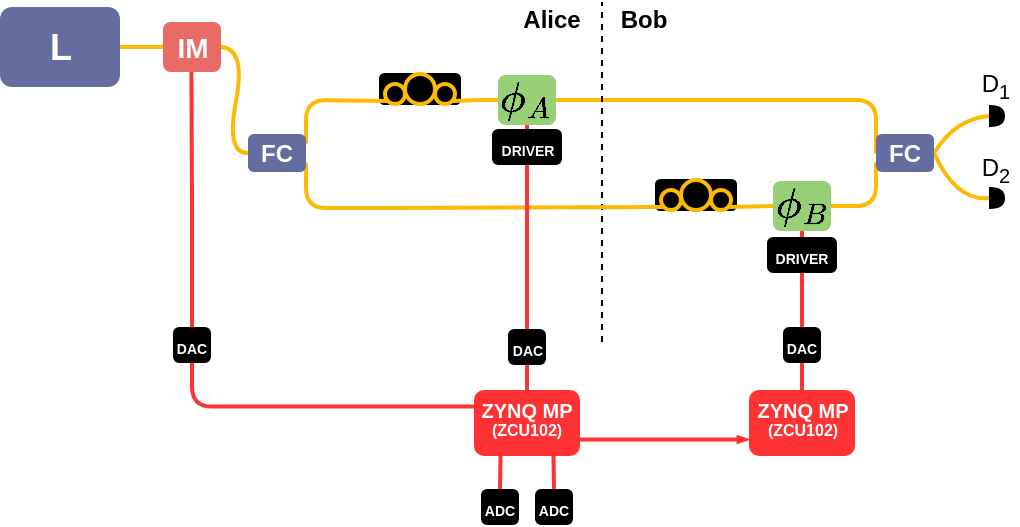
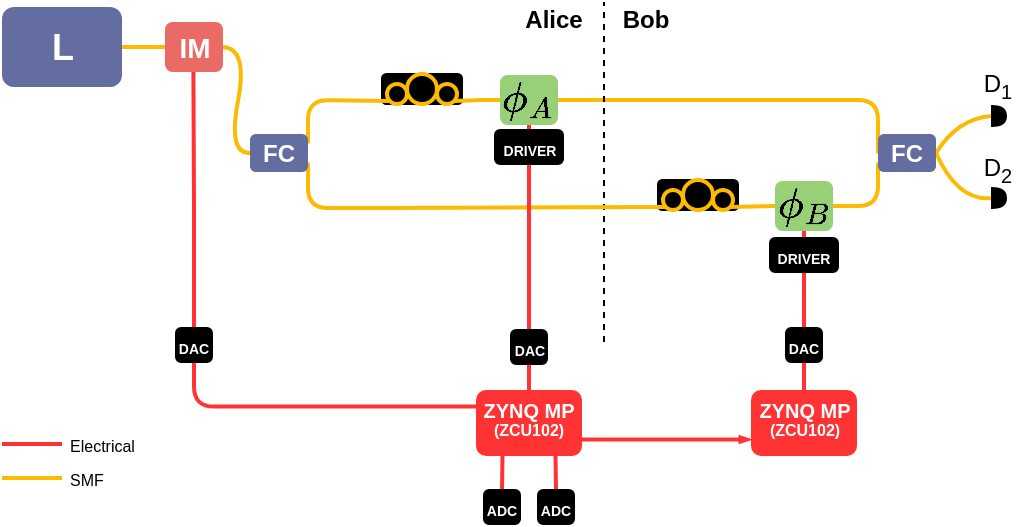
<mxfile host="app.diagrams.net">
  <diagram name="Page-1" id="bt3NkpqjZS3cuYJrdS0t">
    <mxGraphModel dx="710" dy="448" grid="1" gridSize="10" guides="1" tooltips="1" connect="1" arrows="1" fold="1" page="1" pageScale="1" pageWidth="850" pageHeight="1100" math="1" shadow="0">
      <root>
        <mxCell id="0" />
        <mxCell id="1" parent="0" />
        <mxCell id="ALIwHZp58yYmGM4V3dEf-1" edge="1" parent="1" source="ALIwHZp58yYmGM4V3dEf-6" style="edgeStyle=orthogonalEdgeStyle;rounded=1;orthogonalLoop=1;jettySize=auto;html=1;entryX=0.5;entryY=1;entryDx=0;entryDy=0;endArrow=none;endFill=0;strokeColor=#FF3333;strokeWidth=2;exitX=0;exitY=0.25;exitDx=0;exitDy=0;curved=0;" target="ALIwHZp58yYmGM4V3dEf-55">
          <mxGeometry relative="1" as="geometry">
            <mxPoint x="297.3" y="288" as="sourcePoint" />
            <mxPoint x="297" y="193" as="targetPoint" />
          </mxGeometry>
        </mxCell>
        <mxCell id="ALIwHZp58yYmGM4V3dEf-2" edge="1" parent="1" source="ALIwHZp58yYmGM4V3dEf-55" style="edgeStyle=orthogonalEdgeStyle;rounded=0;orthogonalLoop=1;jettySize=auto;html=1;entryX=0.5;entryY=1;entryDx=0;entryDy=0;endArrow=none;endFill=0;strokeColor=#FF3333;strokeWidth=2;exitX=0.5;exitY=0;exitDx=0;exitDy=0;">
          <mxGeometry relative="1" as="geometry">
            <mxPoint x="292.7" y="125" as="sourcePoint" />
            <mxPoint x="292.7" y="76" as="targetPoint" />
          </mxGeometry>
        </mxCell>
        <mxCell id="ALIwHZp58yYmGM4V3dEf-3" edge="1" parent="1" source="ALIwHZp58yYmGM4V3dEf-53" style="edgeStyle=orthogonalEdgeStyle;rounded=0;orthogonalLoop=1;jettySize=auto;html=1;entryX=0.75;entryY=1;entryDx=0;entryDy=0;endArrow=none;endFill=0;strokeColor=#FF3333;strokeWidth=2;exitX=0.5;exitY=0;exitDx=0;exitDy=0;" target="ALIwHZp58yYmGM4V3dEf-6">
          <mxGeometry relative="1" as="geometry">
            <mxPoint x="479" y="291" as="sourcePoint" />
            <mxPoint x="479" y="274" as="targetPoint" />
          </mxGeometry>
        </mxCell>
        <mxCell id="ALIwHZp58yYmGM4V3dEf-4" edge="1" parent="1" source="ALIwHZp58yYmGM4V3dEf-54" style="edgeStyle=orthogonalEdgeStyle;rounded=0;orthogonalLoop=1;jettySize=auto;html=1;entryX=0.25;entryY=1;entryDx=0;entryDy=0;endArrow=none;endFill=0;strokeColor=#FF3333;strokeWidth=2;exitX=0.5;exitY=0;exitDx=0;exitDy=0;" target="ALIwHZp58yYmGM4V3dEf-6">
          <mxGeometry relative="1" as="geometry">
            <mxPoint x="446" y="285" as="sourcePoint" />
            <mxPoint x="446" y="270" as="targetPoint" />
          </mxGeometry>
        </mxCell>
        <mxCell id="ALIwHZp58yYmGM4V3dEf-5" edge="1" parent="1" source="ALIwHZp58yYmGM4V3dEf-45" style="edgeStyle=orthogonalEdgeStyle;rounded=0;orthogonalLoop=1;jettySize=auto;html=1;entryX=1;entryY=0.75;entryDx=0;entryDy=0;endArrow=none;endFill=0;strokeColor=#FF3333;strokeWidth=2;exitX=0;exitY=0.75;exitDx=0;exitDy=0;startArrow=blockThin;startFill=1;startSize=1;" target="ALIwHZp58yYmGM4V3dEf-6">
          <mxGeometry relative="1" as="geometry">
            <mxPoint x="542" y="301" as="sourcePoint" />
            <mxPoint x="542" y="252" as="targetPoint" />
          </mxGeometry>
        </mxCell>
        <mxCell id="ALIwHZp58yYmGM4V3dEf-6" parent="1" style="rounded=1;whiteSpace=wrap;html=1;fillColor=#FF3333;strokeColor=none;" value="&lt;div&gt;&lt;b&gt;&lt;font style=&quot;font-size: 10px; color: rgb(255, 255, 255);&quot;&gt;ZYNQ MP&lt;/font&gt;&lt;/b&gt;&lt;/div&gt;&lt;b&gt;&lt;font style=&quot;font-size: 8px; color: rgba(0, 0, 0, 0);&quot;&gt;(ZCU104)&lt;/font&gt;&lt;/b&gt;" vertex="1">
          <mxGeometry height="33" width="53" x="434" y="235" as="geometry" />
        </mxCell>
        <mxCell id="ALIwHZp58yYmGM4V3dEf-7" edge="1" parent="1" source="ALIwHZp58yYmGM4V3dEf-49" style="edgeStyle=orthogonalEdgeStyle;rounded=0;orthogonalLoop=1;jettySize=auto;html=1;entryX=0.5;entryY=1;entryDx=0;entryDy=0;endArrow=none;endFill=0;strokeColor=#FF3333;strokeWidth=2;exitX=0.5;exitY=0;exitDx=0;exitDy=0;" target="ALIwHZp58yYmGM4V3dEf-32">
          <mxGeometry relative="1" as="geometry">
            <mxPoint x="623.52" y="227" as="sourcePoint" />
            <mxPoint x="623.02" y="181" as="targetPoint" />
          </mxGeometry>
        </mxCell>
        <mxCell id="ALIwHZp58yYmGM4V3dEf-8" edge="1" parent="1" source="ALIwHZp58yYmGM4V3dEf-11" style="endArrow=none;html=1;rounded=0;curved=1;strokeColor=#FCBA03;strokeWidth=2;exitX=0;exitY=0.5;exitDx=0;exitDy=0;entryX=1;entryY=0.5;entryDx=0;entryDy=0;exitPerimeter=0;" target="ALIwHZp58yYmGM4V3dEf-43" value="">
          <mxGeometry height="50" relative="1" width="50" as="geometry">
            <Array as="points">
              <mxPoint x="675" y="141" />
            </Array>
            <mxPoint x="693" y="139.9999999999999" as="sourcePoint" />
            <mxPoint x="665" y="120.99999999999989" as="targetPoint" />
          </mxGeometry>
        </mxCell>
        <mxCell id="ALIwHZp58yYmGM4V3dEf-9" edge="1" parent="1" source="ALIwHZp58yYmGM4V3dEf-25" style="endArrow=none;html=1;rounded=0;curved=1;strokeColor=#FCBA03;strokeWidth=2;exitX=0;exitY=0.5;exitDx=0;exitDy=0;entryX=1;entryY=0.5;entryDx=0;entryDy=0;exitPerimeter=0;" target="ALIwHZp58yYmGM4V3dEf-43" value="">
          <mxGeometry height="50" relative="1" width="50" as="geometry">
            <Array as="points">
              <mxPoint x="675" y="99" />
            </Array>
            <mxPoint x="692" y="208" as="sourcePoint" />
            <mxPoint x="674" y="165" as="targetPoint" />
          </mxGeometry>
        </mxCell>
        <mxCell id="ALIwHZp58yYmGM4V3dEf-10" edge="1" parent="1" source="ALIwHZp58yYmGM4V3dEf-32" style="endArrow=none;html=1;rounded=1;strokeWidth=2;strokeColor=#FCBA03;curved=0;entryX=0;entryY=0.75;entryDx=0;entryDy=0;exitX=1;exitY=0.5;exitDx=0;exitDy=0;" target="ALIwHZp58yYmGM4V3dEf-43" value="">
          <mxGeometry height="50" relative="1" width="50" as="geometry">
            <Array as="points">
              <mxPoint x="635" y="143" />
            </Array>
            <mxPoint x="614" y="145" as="sourcePoint" />
            <mxPoint x="692.5" y="143" as="targetPoint" />
          </mxGeometry>
        </mxCell>
        <mxCell id="ALIwHZp58yYmGM4V3dEf-11" parent="1" style="shape=or;whiteSpace=wrap;html=1;rotation=0;fillColor=#000000;" value="" vertex="1">
          <mxGeometry height="10" width="7" x="692" y="134" as="geometry" />
        </mxCell>
        <mxCell id="ALIwHZp58yYmGM4V3dEf-12" parent="1" style="rounded=1;whiteSpace=wrap;html=1;fillColor=#636DA0;strokeColor=none;" value="" vertex="1">
          <mxGeometry height="40" width="60" x="197" y="43.5" as="geometry" />
        </mxCell>
        <mxCell id="ALIwHZp58yYmGM4V3dEf-13" parent="1" style="text;html=1;whiteSpace=wrap;strokeColor=none;fillColor=none;align=center;verticalAlign=middle;rounded=0;" value="&lt;div align=&quot;center&quot;&gt;&lt;font style=&quot;font-size: 18px; color: rgb(255, 255, 255);&quot;&gt;&lt;b&gt;L&lt;/b&gt;&lt;/font&gt;&lt;/div&gt;" vertex="1">
          <mxGeometry height="15" width="35" x="209.5" y="56" as="geometry" />
        </mxCell>
        <mxCell id="ALIwHZp58yYmGM4V3dEf-14" edge="1" parent="1" source="ALIwHZp58yYmGM4V3dEf-42" style="endArrow=none;html=1;rounded=0;curved=1;strokeColor=#FCBA03;strokeWidth=2;exitX=0;exitY=0.5;exitDx=0;exitDy=0;entryX=1;entryY=0.5;entryDx=0;entryDy=0;" target="ALIwHZp58yYmGM4V3dEf-38" value="">
          <mxGeometry height="50" relative="1" width="50" as="geometry">
            <Array as="points">
              <mxPoint x="310" y="117" />
              <mxPoint x="320" y="64" />
            </Array>
            <mxPoint x="318.5" y="102" as="sourcePoint" />
            <mxPoint x="311" y="87" as="targetPoint" />
          </mxGeometry>
        </mxCell>
        <mxCell id="ALIwHZp58yYmGM4V3dEf-15" parent="1" style="rounded=1;whiteSpace=wrap;html=1;fillColor=#000000;" value="" vertex="1">
          <mxGeometry height="15" width="40" x="387" y="77" as="geometry" />
        </mxCell>
        <mxCell id="ALIwHZp58yYmGM4V3dEf-16" parent="1" style="ellipse;whiteSpace=wrap;html=1;aspect=fixed;fillColor=#000000;strokeColor=light-dark(#FCBA03,#593A00);strokeWidth=2;" value="" vertex="1">
          <mxGeometry height="15" width="15" x="399.5" y="77" as="geometry" />
        </mxCell>
        <mxCell id="ALIwHZp58yYmGM4V3dEf-17" parent="1" style="ellipse;whiteSpace=wrap;html=1;aspect=fixed;fillColor=#000000;strokeColor=#FCBA03;strokeWidth=2;" value="" vertex="1">
          <mxGeometry height="10" width="10" x="389.5" y="82" as="geometry" />
        </mxCell>
        <mxCell id="ALIwHZp58yYmGM4V3dEf-18" parent="1" style="ellipse;whiteSpace=wrap;html=1;aspect=fixed;fillColor=#000000;strokeColor=#FCBA03;strokeWidth=2;" value="" vertex="1">
          <mxGeometry height="10" width="10" x="414.5" y="82" as="geometry" />
        </mxCell>
        <mxCell id="ALIwHZp58yYmGM4V3dEf-19" edge="1" parent="1" source="ALIwHZp58yYmGM4V3dEf-42" style="endArrow=none;html=1;rounded=1;curved=0;strokeWidth=2;strokeColor=#FCBA03;exitX=1;exitY=0.25;exitDx=0;exitDy=0;entryX=0;entryY=1;entryDx=0;entryDy=0;" target="ALIwHZp58yYmGM4V3dEf-17" value="">
          <mxGeometry height="50" relative="1" width="50" as="geometry">
            <Array as="points">
              <mxPoint x="350" y="90" />
            </Array>
            <mxPoint x="349" y="97" as="sourcePoint" />
            <mxPoint x="380" y="90" as="targetPoint" />
          </mxGeometry>
        </mxCell>
        <mxCell id="ALIwHZp58yYmGM4V3dEf-20" edge="1" parent="1" source="ALIwHZp58yYmGM4V3dEf-18" style="endArrow=none;html=1;rounded=0;strokeWidth=2;strokeColor=#FCBA03;exitX=1;exitY=1;exitDx=0;exitDy=0;curved=0;entryX=0;entryY=0.5;entryDx=0;entryDy=0;" target="ALIwHZp58yYmGM4V3dEf-23" value="">
          <mxGeometry height="50" relative="1" width="50" as="geometry">
            <Array as="points">
              <mxPoint x="437" y="90" />
            </Array>
            <mxPoint x="450" y="109" as="sourcePoint" />
            <mxPoint x="445" y="91" as="targetPoint" />
          </mxGeometry>
        </mxCell>
        <mxCell id="ALIwHZp58yYmGM4V3dEf-21" parent="1" style="text;html=1;whiteSpace=wrap;strokeColor=none;fillColor=none;align=center;verticalAlign=middle;rounded=0;" value="D&lt;sub&gt;1&lt;/sub&gt;" vertex="1">
          <mxGeometry height="12" width="22" x="684" y="77" as="geometry" />
        </mxCell>
        <mxCell id="ALIwHZp58yYmGM4V3dEf-22" parent="1" style="text;html=1;whiteSpace=wrap;strokeColor=none;fillColor=none;align=center;verticalAlign=middle;rounded=0;" value="D&lt;sub&gt;2&lt;/sub&gt;" vertex="1">
          <mxGeometry height="13" width="22" x="684" y="118" as="geometry" />
        </mxCell>
        <mxCell id="ALIwHZp58yYmGM4V3dEf-23" parent="1" style="rounded=1;whiteSpace=wrap;html=1;fillColor=#97D077;strokeColor=none;" value="&lt;b&gt;&lt;font style=&quot;font-size: 18px;&quot;&gt;$$\phi_A$$&lt;/font&gt;&lt;/b&gt;" vertex="1">
          <mxGeometry height="25" width="29" x="446" y="77.5" as="geometry" />
        </mxCell>
        <mxCell id="ALIwHZp58yYmGM4V3dEf-24" edge="1" parent="1" source="ALIwHZp58yYmGM4V3dEf-23" style="endArrow=none;html=1;rounded=1;strokeWidth=2;strokeColor=#FCBA03;curved=0;entryX=0;entryY=0.25;entryDx=0;entryDy=0;exitX=1;exitY=0.5;exitDx=0;exitDy=0;" value="">
          <mxGeometry height="50" relative="1" width="50" as="geometry">
            <Array as="points">
              <mxPoint x="635" y="90" />
            </Array>
            <mxPoint x="489" y="103" as="sourcePoint" />
            <mxPoint x="635" y="116.75" as="targetPoint" />
          </mxGeometry>
        </mxCell>
        <mxCell id="ALIwHZp58yYmGM4V3dEf-25" parent="1" style="shape=or;whiteSpace=wrap;html=1;rotation=0;fillColor=#000000;" value="" vertex="1">
          <mxGeometry height="10" width="7" x="692" y="93" as="geometry" />
        </mxCell>
        <mxCell id="ALIwHZp58yYmGM4V3dEf-26" edge="1" parent="1" style="endArrow=none;dashed=1;html=1;rounded=0;" value="">
          <mxGeometry height="50" relative="1" width="50" as="geometry">
            <mxPoint x="498" y="211" as="sourcePoint" />
            <mxPoint x="498" y="41" as="targetPoint" />
          </mxGeometry>
        </mxCell>
        <mxCell id="ALIwHZp58yYmGM4V3dEf-27" parent="1" style="rounded=1;whiteSpace=wrap;html=1;fillColor=#000000;" value="" vertex="1">
          <mxGeometry height="15" width="40" x="525" y="130" as="geometry" />
        </mxCell>
        <mxCell id="ALIwHZp58yYmGM4V3dEf-28" parent="1" style="ellipse;whiteSpace=wrap;html=1;aspect=fixed;fillColor=#000000;strokeColor=light-dark(#FCBA03,#593A00);strokeWidth=2;" value="" vertex="1">
          <mxGeometry height="15" width="15" x="537.5" y="130" as="geometry" />
        </mxCell>
        <mxCell id="ALIwHZp58yYmGM4V3dEf-29" parent="1" style="ellipse;whiteSpace=wrap;html=1;aspect=fixed;fillColor=#000000;strokeColor=#FCBA03;strokeWidth=2;" value="" vertex="1">
          <mxGeometry height="10" width="10" x="527.5" y="135" as="geometry" />
        </mxCell>
        <mxCell id="ALIwHZp58yYmGM4V3dEf-30" parent="1" style="ellipse;whiteSpace=wrap;html=1;aspect=fixed;fillColor=#000000;strokeColor=#FCBA03;strokeWidth=2;" value="" vertex="1">
          <mxGeometry height="10" width="10" x="552.5" y="135" as="geometry" />
        </mxCell>
        <mxCell id="ALIwHZp58yYmGM4V3dEf-31" edge="1" parent="1" source="ALIwHZp58yYmGM4V3dEf-30" style="endArrow=none;html=1;rounded=0;strokeWidth=2;strokeColor=#FCBA03;exitX=1;exitY=1;exitDx=0;exitDy=0;curved=0;entryX=0;entryY=0.5;entryDx=0;entryDy=0;" target="ALIwHZp58yYmGM4V3dEf-32" value="">
          <mxGeometry height="50" relative="1" width="50" as="geometry">
            <Array as="points" />
            <mxPoint x="587" y="162" as="sourcePoint" />
            <mxPoint x="570" y="130" as="targetPoint" />
          </mxGeometry>
        </mxCell>
        <mxCell id="ALIwHZp58yYmGM4V3dEf-32" parent="1" style="rounded=1;whiteSpace=wrap;html=1;fillColor=#97D077;strokeColor=none;" value="&lt;b&gt;&lt;font style=&quot;font-size: 18px;&quot;&gt;$$\phi_B$$&lt;/font&gt;&lt;/b&gt;" vertex="1">
          <mxGeometry height="25" width="29" x="583.5" y="130.5" as="geometry" />
        </mxCell>
        <mxCell id="ALIwHZp58yYmGM4V3dEf-33" edge="1" parent="1" source="ALIwHZp58yYmGM4V3dEf-42" style="endArrow=none;html=1;rounded=1;curved=0;strokeWidth=2;strokeColor=#FCBA03;entryX=0;entryY=1;entryDx=0;entryDy=0;exitX=1;exitY=0.75;exitDx=0;exitDy=0;" target="ALIwHZp58yYmGM4V3dEf-29" value="">
          <mxGeometry height="50" relative="1" width="50" as="geometry">
            <Array as="points">
              <mxPoint x="350" y="144" />
              <mxPoint x="380" y="144" />
            </Array>
            <mxPoint x="350" y="120" as="sourcePoint" />
            <mxPoint x="377.96446609406723" y="142.53553390593277" as="targetPoint" />
          </mxGeometry>
        </mxCell>
        <mxCell id="ALIwHZp58yYmGM4V3dEf-38" parent="1" style="rounded=1;whiteSpace=wrap;html=1;fillColor=#EA6B66;strokeColor=none;" value="&lt;font style=&quot;font-size: 14px; color: rgb(255, 255, 255);&quot;&gt;&lt;b&gt;&lt;font&gt;IM&lt;/font&gt;&lt;/b&gt;&lt;/font&gt;" vertex="1">
          <mxGeometry height="25" width="29" x="278.5" y="51" as="geometry" />
        </mxCell>
        <mxCell id="ALIwHZp58yYmGM4V3dEf-40" parent="1" style="text;html=1;whiteSpace=wrap;strokeColor=none;fillColor=none;align=center;verticalAlign=middle;rounded=0;" value="&lt;font face=&quot;Helvetica&quot;&gt;&lt;b&gt;Alice&lt;/b&gt;&lt;/font&gt;" vertex="1">
          <mxGeometry height="19" width="48" x="449" y="40" as="geometry" />
        </mxCell>
        <mxCell id="ALIwHZp58yYmGM4V3dEf-41" parent="1" style="text;html=1;whiteSpace=wrap;strokeColor=none;fillColor=none;align=center;verticalAlign=middle;rounded=0;" value="&lt;font face=&quot;Helvetica&quot;&gt;&lt;b&gt;Bob&lt;/b&gt;&lt;/font&gt;" vertex="1">
          <mxGeometry height="19" width="48" x="495" y="40" as="geometry" />
        </mxCell>
        <mxCell id="ALIwHZp58yYmGM4V3dEf-42" parent="1" style="rounded=1;whiteSpace=wrap;html=1;fillColor=#636DA0;strokeColor=none;" value="&lt;b style=&quot;color: rgb(255, 255, 255);&quot;&gt;FC&lt;/b&gt;" vertex="1">
          <mxGeometry height="19" width="29" x="321" y="107" as="geometry" />
        </mxCell>
        <mxCell id="ALIwHZp58yYmGM4V3dEf-43" parent="1" style="rounded=1;whiteSpace=wrap;html=1;fillColor=#636DA0;strokeColor=none;" value="&lt;b style=&quot;color: rgb(255, 255, 255);&quot;&gt;FC&lt;/b&gt;" vertex="1">
          <mxGeometry height="19" width="29" x="635" y="107" as="geometry" />
        </mxCell>
        <mxCell id="ALIwHZp58yYmGM4V3dEf-44" edge="1" parent="1" source="ALIwHZp58yYmGM4V3dEf-6" style="edgeStyle=orthogonalEdgeStyle;rounded=0;orthogonalLoop=1;jettySize=auto;html=1;entryX=0.5;entryY=1;entryDx=0;entryDy=0;endArrow=none;endFill=0;strokeColor=#FF3333;strokeWidth=2;exitX=0.5;exitY=0;exitDx=0;exitDy=0;" target="ALIwHZp58yYmGM4V3dEf-47">
          <mxGeometry relative="1" as="geometry">
            <Array as="points">
              <mxPoint x="460" y="230" />
              <mxPoint x="460" y="230" />
            </Array>
            <mxPoint x="360" y="230" as="sourcePoint" />
            <mxPoint x="460.5" y="205" as="targetPoint" />
          </mxGeometry>
        </mxCell>
        <mxCell id="ALIwHZp58yYmGM4V3dEf-45" parent="1" style="rounded=1;whiteSpace=wrap;html=1;fillColor=#FF3333;strokeColor=none;" value="&lt;div&gt;&lt;b style=&quot;color: rgb(255, 255, 255);&quot;&gt;&lt;font style=&quot;font-size: 10px;&quot;&gt;ZYNQ MP&lt;/font&gt;&lt;/b&gt;&lt;/div&gt;&lt;div&gt;&lt;b style=&quot;color: rgba(0, 0, 0, 0);&quot;&gt;&lt;font style=&quot;font-size: 8px;&quot;&gt;(ZYBO?)&lt;/font&gt;&lt;/b&gt;&lt;/div&gt;" vertex="1">
          <mxGeometry height="33" width="53" x="571.5" y="235" as="geometry" />
        </mxCell>
        <mxCell id="ALIwHZp58yYmGM4V3dEf-46" edge="1" parent="1" source="ALIwHZp58yYmGM4V3dEf-47" style="edgeStyle=orthogonalEdgeStyle;rounded=0;orthogonalLoop=1;jettySize=auto;html=1;entryX=0.5;entryY=1;entryDx=0;entryDy=0;endArrow=none;endFill=0;strokeColor=#FF3333;strokeWidth=2;" target="ALIwHZp58yYmGM4V3dEf-23">
          <mxGeometry relative="1" as="geometry" />
        </mxCell>
        <mxCell id="ALIwHZp58yYmGM4V3dEf-47" parent="1" style="rounded=1;whiteSpace=wrap;html=1;fillColor=#000000;fontColor=#FFFFFF;" value="&lt;b&gt;&lt;font style=&quot;font-size: 7px;&quot;&gt;DAC&lt;/font&gt;&lt;/b&gt;" vertex="1">
          <mxGeometry height="17" width="18" x="451.5" y="205" as="geometry" />
        </mxCell>
        <mxCell id="ALIwHZp58yYmGM4V3dEf-48" edge="1" parent="1" source="ALIwHZp58yYmGM4V3dEf-45" style="edgeStyle=orthogonalEdgeStyle;rounded=0;orthogonalLoop=1;jettySize=auto;html=1;entryX=0.5;entryY=1;entryDx=0;entryDy=0;endArrow=none;endFill=0;strokeColor=#FF3333;strokeWidth=2;exitX=0.5;exitY=0;exitDx=0;exitDy=0;" target="ALIwHZp58yYmGM4V3dEf-49">
          <mxGeometry relative="1" as="geometry">
            <mxPoint x="598.5" y="234" as="sourcePoint" />
            <mxPoint x="598" y="204" as="targetPoint" />
          </mxGeometry>
        </mxCell>
        <mxCell id="ALIwHZp58yYmGM4V3dEf-49" parent="1" style="rounded=1;whiteSpace=wrap;html=1;fillColor=#000000;fontColor=#FFFFFF;" value="&lt;b&gt;&lt;font style=&quot;font-size: 7px;&quot;&gt;DAC&lt;/font&gt;&lt;/b&gt;" vertex="1">
          <mxGeometry height="17" width="18" x="589" y="204" as="geometry" />
        </mxCell>
        <mxCell id="ALIwHZp58yYmGM4V3dEf-50" edge="1" parent="1" source="ALIwHZp58yYmGM4V3dEf-12" style="endArrow=none;html=1;rounded=0;strokeWidth=2;strokeColor=#FCBA03;curved=0;exitX=1;exitY=0.5;exitDx=0;exitDy=0;entryX=0;entryY=0.5;entryDx=0;entryDy=0;" target="ALIwHZp58yYmGM4V3dEf-38" value="">
          <mxGeometry height="50" relative="1" width="50" as="geometry">
            <Array as="points" />
            <mxPoint x="245.5" y="65.5" as="sourcePoint" />
            <mxPoint x="275.5" y="65.26" as="targetPoint" />
          </mxGeometry>
        </mxCell>
        <mxCell id="ALIwHZp58yYmGM4V3dEf-51" parent="1" style="text;html=1;whiteSpace=wrap;strokeColor=none;fillColor=none;align=center;verticalAlign=middle;rounded=0;" value="&lt;font style=&quot;font-size: 8px; color: rgb(255, 255, 255);&quot;&gt;&lt;b&gt;(ZCU102)&lt;/b&gt;&lt;/font&gt;" vertex="1">
          <mxGeometry height="16" width="45" x="438" y="246" as="geometry" />
        </mxCell>
        <mxCell id="ALIwHZp58yYmGM4V3dEf-52" parent="1" style="text;html=1;whiteSpace=wrap;strokeColor=none;fillColor=none;align=center;verticalAlign=middle;rounded=0;" value="&lt;font style=&quot;font-size: 8px; color: rgb(255, 255, 255);&quot;&gt;&lt;b&gt;(ZCU102)&lt;/b&gt;&lt;/font&gt;" vertex="1">
          <mxGeometry height="16" width="45" x="576" y="246" as="geometry" />
        </mxCell>
        <mxCell id="ALIwHZp58yYmGM4V3dEf-53" parent="1" style="rounded=1;whiteSpace=wrap;html=1;fillColor=#000000;fontColor=#FFFFFF;" value="&lt;b&gt;&lt;font style=&quot;font-size: 7px;&quot;&gt;ADC&lt;/font&gt;&lt;/b&gt;" vertex="1">
          <mxGeometry height="17" width="18" x="465" y="285" as="geometry" />
        </mxCell>
        <mxCell id="ALIwHZp58yYmGM4V3dEf-54" parent="1" style="rounded=1;whiteSpace=wrap;html=1;fillColor=#000000;fontColor=#FFFFFF;" value="&lt;b&gt;&lt;font style=&quot;font-size: 7px;&quot;&gt;ADC&lt;/font&gt;&lt;/b&gt;" vertex="1">
          <mxGeometry height="17" width="18" x="438" y="285" as="geometry" />
        </mxCell>
        <mxCell id="ALIwHZp58yYmGM4V3dEf-55" parent="1" style="rounded=1;whiteSpace=wrap;html=1;fillColor=#000000;fontColor=#FFFFFF;" value="&lt;b&gt;&lt;font style=&quot;font-size: 7px;&quot;&gt;DAC&lt;/font&gt;&lt;/b&gt;" vertex="1">
          <mxGeometry height="17" width="18" x="284" y="204" as="geometry" />
        </mxCell>
        <mxCell id="OGnmY-XUkWi1mDc-TkXg-1" parent="1" style="rounded=1;whiteSpace=wrap;html=1;fillColor=#000000;fontColor=#FFFFFF;" value="&lt;b&gt;&lt;font style=&quot;font-size: 7px;&quot;&gt;DRIVER&lt;/font&gt;&lt;/b&gt;" vertex="1">
          <mxGeometry height="17" width="34" x="443.5" y="105" as="geometry" />
        </mxCell>
        <mxCell id="OGnmY-XUkWi1mDc-TkXg-2" parent="1" style="rounded=1;whiteSpace=wrap;html=1;fillColor=#000000;fontColor=#FFFFFF;" value="&lt;b&gt;&lt;font style=&quot;font-size: 7px;&quot;&gt;DRIVER&lt;/font&gt;&lt;/b&gt;" vertex="1">
          <mxGeometry height="17" width="34" x="581" y="159" as="geometry" />
        </mxCell>
+         <mxCell id="OGnmY-XUkWi1mDc-TkXg-5" edge="1" parent="1" style="endArrow=none;html=1;rounded=0;fillColor=#FF3333;strokeColor=#FF3333;strokeWidth=2;" value="">
+           <mxGeometry height="50" relative="1" width="50" as="geometry">
+             <mxPoint x="197" y="262" as="sourcePoint" />
+             <mxPoint x="227" y="262" as="targetPoint" />
+           </mxGeometry>
+         </mxCell>
+         <mxCell id="OGnmY-XUkWi1mDc-TkXg-6" parent="1" style="text;html=1;whiteSpace=wrap;strokeColor=none;fillColor=none;align=left;verticalAlign=middle;rounded=0;" value="&lt;font style=&quot;font-size: 8px;&quot;&gt;Electrical&lt;/font&gt;" vertex="1">
+           <mxGeometry height="13" width="45.5" x="229" y="255" as="geometry" />
+         </mxCell>
+         <mxCell id="OGnmY-XUkWi1mDc-TkXg-7" edge="1" parent="1" style="endArrow=none;html=1;rounded=0;fillColor=#FF3333;strokeColor=#FCBA03;strokeWidth=2;" value="">
+           <mxGeometry height="50" relative="1" width="50" as="geometry">
+             <mxPoint x="197" y="279" as="sourcePoint" />
+             <mxPoint x="227" y="279" as="targetPoint" />
+           </mxGeometry>
+         </mxCell>
+         <mxCell id="OGnmY-XUkWi1mDc-TkXg-8" parent="1" style="text;html=1;whiteSpace=wrap;strokeColor=none;fillColor=none;align=left;verticalAlign=middle;rounded=0;" value="&lt;font style=&quot;font-size: 8px;&quot;&gt;SMF&lt;/font&gt;" vertex="1">
+           <mxGeometry height="13" width="45.5" x="229" y="272" as="geometry" />
+         </mxCell>
      </root>
    </mxGraphModel>
  </diagram>
</mxfile>
